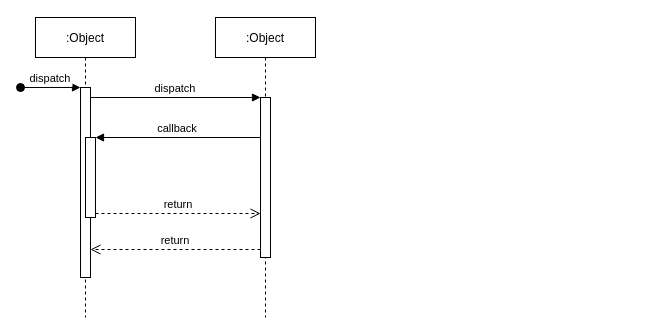
Above: SDex1.drawio in lopez-gina/Jenkins1 (draw.io), before the change. Source tidied: cells renumbered, new cells numbered last; positions are measured from the earlier drawing's top-left corner, leaving out a move shared by most shapes. Both pictures are drawn from the tidied source at 100%, with x=0, y=0 at pixel (20, 17).
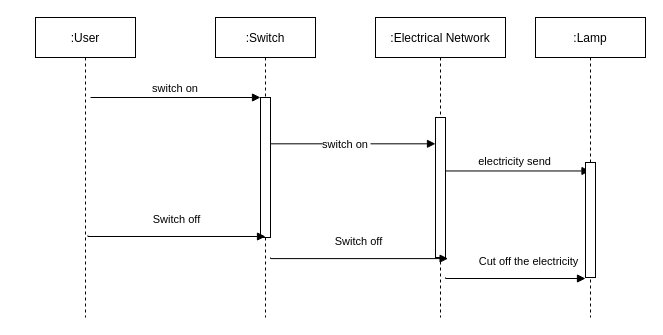
The same diagram, later.

What changed in the source:
```diff
@@
-    <mxCell id="2" value=":Object" style="shape=umlLifeline;perimeter=lifelinePerimeter;rounded=0;shadow=0;strokeWidth=1;" parent="1" vertex="1">
+    <mxCell id="2" value=":User" style="shape=umlLifeline;perimeter=lifelinePerimeter;rounded=0;shadow=0;strokeWidth=1;" parent="1" vertex="1">
       <mxGeometry x="15" width="100" height="300" as="geometry" />
     </mxCell>
-    <mxCell id="3" style="points=[];perimeter=orthogonalPerimeter;rounded=0;shadow=0;strokeWidth=1;" parent="2" vertex="1">
-      <mxGeometry x="45" y="70" width="10" height="190" as="geometry" />
-    </mxCell>
-    <mxCell id="4" value="dispatch" style="verticalAlign=bottom;startArrow=oval;endArrow=block;startSize=8;shadow=0;strokeWidth=1;" parent="2" edge="1" target="3">
-      <mxGeometry relative="1" as="geometry">
-        <mxPoint x="-15" y="70" as="sourcePoint" />
-      </mxGeometry>
-    </mxCell>
-    <mxCell id="5" style="points=[];perimeter=orthogonalPerimeter;rounded=0;shadow=0;strokeWidth=1;" parent="2" vertex="1">
-      <mxGeometry x="50" y="120" width="10" height="80" as="geometry" />
-    </mxCell>
-    <mxCell id="6" value=":Object" style="shape=umlLifeline;perimeter=lifelinePerimeter;rounded=0;shadow=0;strokeWidth=1;" parent="1" vertex="1">
+    <mxCell id="6" value=":Switch" style="shape=umlLifeline;perimeter=lifelinePerimeter;rounded=0;shadow=0;strokeWidth=1;" parent="1" vertex="1">
       <mxGeometry x="195" width="100" height="300" as="geometry" />
     </mxCell>
     <mxCell id="7" style="points=[];perimeter=orthogonalPerimeter;rounded=0;shadow=0;strokeWidth=1;" parent="6" vertex="1">
-      <mxGeometry x="45" y="80" width="10" height="160" as="geometry" />
+      <mxGeometry x="45" y="80" width="10" height="140" as="geometry" />
     </mxCell>
-    <mxCell id="8" value="return" style="verticalAlign=bottom;endArrow=open;dashed=1;endSize=8;exitX=0;exitY=0.95;shadow=0;strokeWidth=1;" parent="1" edge="1" source="7" target="3">
-      <mxGeometry relative="1" as="geometry" />
-    </mxCell>
-    <mxCell id="9" value="dispatch" style="verticalAlign=bottom;endArrow=block;entryX=0;entryY=0;shadow=0;strokeWidth=1;" parent="1" edge="1" source="3" target="7">
-      <mxGeometry relative="1" as="geometry" />
+    <mxCell id="9" value="switch on" style="verticalAlign=bottom;endArrow=block;entryX=0;entryY=0;shadow=0;strokeWidth=1;" parent="1" edge="1" target="7">
+      <mxGeometry relative="1" as="geometry">
+        <mxPoint x="70" y="80" as="sourcePoint" />
+      </mxGeometry>
     </mxCell>
-    <mxCell id="10" value="callback" style="verticalAlign=bottom;endArrow=block;entryX=1;entryY=0;shadow=0;strokeWidth=1;" parent="1" edge="1" source="7" target="5">
-      <mxGeometry relative="1" as="geometry" />
+    <mxCell id="10" value="switch on" style="verticalAlign=bottom;endArrow=block;entryX=0;entryY=0.188;shadow=0;strokeWidth=1;entryDx=0;entryDy=0;entryPerimeter=0;" parent="1" edge="1" source="7" target="15">
+      <mxGeometry x="-0.09" y="-10" relative="1" as="geometry" />
     </mxCell>
-    <mxCell id="11" value="return" style="verticalAlign=bottom;endArrow=open;dashed=1;endSize=8;exitX=1;exitY=0.95;shadow=0;strokeWidth=1;" parent="1" edge="1" source="5" target="7">
+    <mxCell id="11" value="electricity send" style="verticalAlign=bottom;endArrow=block;exitX=0.56;exitY=0.382;shadow=0;strokeWidth=1;exitDx=0;exitDy=0;exitPerimeter=0;endFill=1;" parent="1" edge="1" source="15" target="18">
       <mxGeometry relative="1" as="geometry" />
     </mxCell>
+    <mxCell id="12" style="edgeStyle=orthogonalEdgeStyle;rounded=0;orthogonalLoop=1;jettySize=auto;html=1;endArrow=block;endFill=1;exitX=0.524;exitY=0.723;exitDx=0;exitDy=0;exitPerimeter=0;" parent="1" edge="1">
+      <mxGeometry relative="1" as="geometry">
+        <mxPoint x="67.4" y="217.9" as="sourcePoint" />
+        <mxPoint x="245" y="219" as="targetPoint" />
+        <Array as="points">
+          <mxPoint x="67" y="219" />
+        </Array>
+      </mxGeometry>
+    </mxCell>
+    <mxCell id="13" value="Switch off" style="edgeLabel;html=1;align=center;verticalAlign=middle;" parent="12" vertex="1">
+      <mxGeometry x="-0.65" y="6" relative="1" as="geometry">
+        <mxPoint x="58" y="-12" as="offset" />
+      </mxGeometry>
+    </mxCell>
+    <mxCell id="14" value=":Electrical Network" style="shape=umlLifeline;perimeter=lifelinePerimeter;rounded=0;shadow=0;strokeWidth=1;" parent="1" vertex="1">
+      <mxGeometry x="355" width="130" height="300" as="geometry" />
+    </mxCell>
+    <mxCell id="15" style="points=[];perimeter=orthogonalPerimeter;rounded=0;shadow=0;strokeWidth=1;" parent="14" vertex="1">
+      <mxGeometry x="60" y="100" width="10" height="140" as="geometry" />
+    </mxCell>
+    <mxCell id="16" style="edgeStyle=orthogonalEdgeStyle;rounded=0;orthogonalLoop=1;jettySize=auto;html=1;endArrow=block;endFill=1;exitX=0.524;exitY=0.723;exitDx=0;exitDy=0;exitPerimeter=0;" parent="14" edge="1">
+      <mxGeometry relative="1" as="geometry">
+        <mxPoint x="-105" y="240" as="sourcePoint" />
+        <mxPoint x="72.6" y="241.1" as="targetPoint" />
+        <Array as="points">
+          <mxPoint x="-105.4" y="241.1" />
+        </Array>
+      </mxGeometry>
+    </mxCell>
+    <mxCell id="17" value="Switch off" style="edgeLabel;html=1;align=center;verticalAlign=middle;" parent="16" vertex="1">
+      <mxGeometry x="-0.65" y="6" relative="1" as="geometry">
+        <mxPoint x="58" y="-12" as="offset" />
+      </mxGeometry>
+    </mxCell>
+    <mxCell id="18" value=":Lamp" style="shape=umlLifeline;perimeter=lifelinePerimeter;rounded=0;shadow=0;strokeWidth=1;" parent="1" vertex="1">
+      <mxGeometry x="515" width="110" height="300" as="geometry" />
+    </mxCell>
+    <mxCell id="19" style="perimeter=orthogonalPerimeter;rounded=0;shadow=0;strokeWidth=1;" parent="18" vertex="1">
+      <mxGeometry x="50" y="145" width="10" height="115" as="geometry" />
+    </mxCell>
+    <mxCell id="20" style="edgeStyle=orthogonalEdgeStyle;rounded=0;orthogonalLoop=1;jettySize=auto;html=1;endArrow=block;endFill=1;exitX=0.524;exitY=0.723;exitDx=0;exitDy=0;exitPerimeter=0;" parent="18" edge="1">
+      <mxGeometry relative="1" as="geometry">
+        <mxPoint x="-90" y="260" as="sourcePoint" />
+        <mxPoint x="50" y="261" as="targetPoint" />
+        <Array as="points">
+          <mxPoint x="-90.4" y="261.1" />
+        </Array>
+      </mxGeometry>
+    </mxCell>
+    <mxCell id="21" value="Cut off the electricity" style="edgeLabel;html=1;align=center;verticalAlign=middle;" parent="20" vertex="1">
+      <mxGeometry x="-0.65" y="6" relative="1" as="geometry">
+        <mxPoint x="58" y="-12" as="offset" />
+      </mxGeometry>
+    </mxCell>
```
